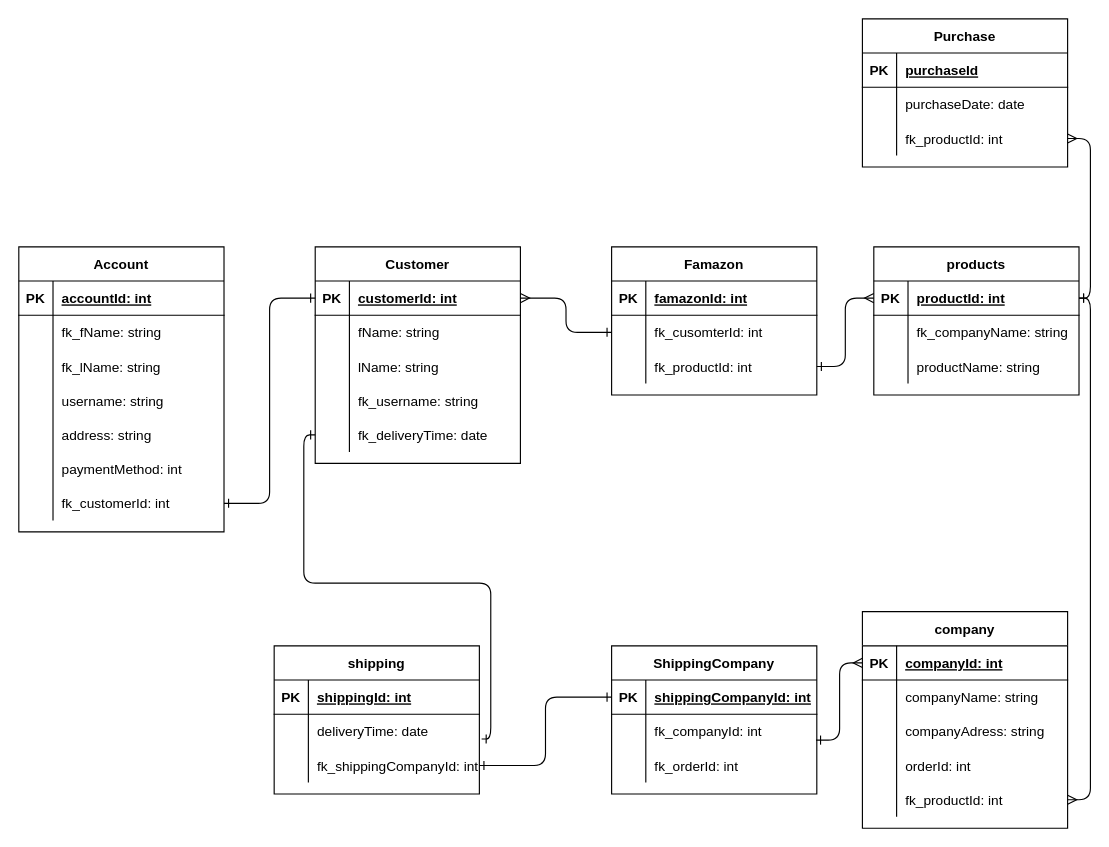
Earlier version of the draw.io diagram page "Cloud diagram" (3 of 4) of Diagram/diagram.drawio (igoorilic/BE15_CR9_IgorIlic). Source tidied: cells renumbered, new cells numbered last; positions are measured from the earlier drawing's top-left corner, leaving out a move shared by most shapes. Both pictures are drawn from the tidied source at 114%, with x=0, y=0 at pixel (18, 18).
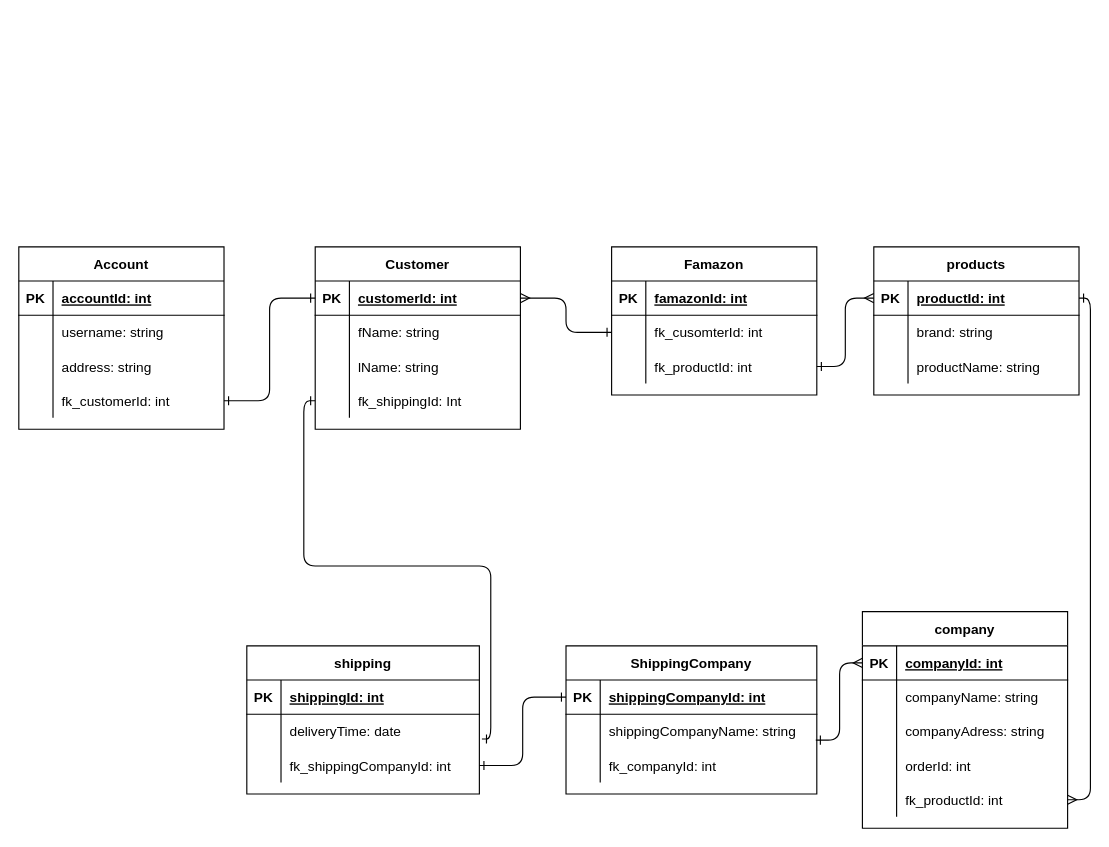
After the change.

The change refers to these unchanged cells:
```xml
<mxCell id="61" style="shape=partialRectangle;fillColor=none;top=0;left=0;bottom=1;right=0;points=[[0,0.5],[1,0.5]];portConstraint=eastwest;" parent="60" vertex="1">
  <mxGeometry y="30" width="180" height="30" as="geometry" />
</mxCell>
<mxCell id="64" style="shape=partialRectangle;fillColor=none;top=0;left=0;bottom=0;right=0;" parent="60" vertex="1">
  <mxGeometry y="60" width="180" height="30" as="geometry" />
</mxCell>
```

Diff of the diagram source:
```diff
@@
     <mxCell id="2" value="Account" style="shape=table;startSize=30;childLayout=tableLayout;rowLines=0;fontStyle=1;align=center;" parent="1" vertex="1">
-      <mxGeometry y="200" width="180" height="250" as="geometry" />
+      <mxGeometry y="200" width="180" height="160" as="geometry" />
     </mxCell>
@@
-    <mxCell id="6" style="shape=partialRectangle;fillColor=none;top=0;left=0;bottom=0;right=0;" parent="2" vertex="1">
-      <mxGeometry y="60" width="180" height="30" as="geometry" />
-    </mxCell>
-    <mxCell id="7" style="shape=partialRectangle;fillColor=none;top=0;left=0;bottom=0;right=0;overflow=hidden;" parent="6" vertex="1">
-      <mxGeometry width="30" height="30" as="geometry" />
-    </mxCell>
-    <mxCell id="8" value="fk_fName: string" style="shape=partialRectangle;fillColor=none;top=0;left=0;bottom=0;right=0;align=left;spacingLeft=6;overflow=hidden;" parent="6" vertex="1">
-      <mxGeometry x="30" width="150" height="30" as="geometry" />
-    </mxCell>
-    <mxCell id="9" style="shape=partialRectangle;fillColor=none;top=0;left=0;bottom=0;right=0;" parent="2" vertex="1">
-      <mxGeometry y="90" width="180" height="30" as="geometry" />
-    </mxCell>
-    <mxCell id="10" style="shape=partialRectangle;fillColor=none;top=0;left=0;bottom=0;right=0;overflow=hidden;" parent="9" vertex="1">
-      <mxGeometry width="30" height="30" as="geometry" />
-    </mxCell>
-    <mxCell id="11" value="fk_lName: string" style="shape=partialRectangle;fillColor=none;top=0;left=0;bottom=0;right=0;align=left;spacingLeft=6;overflow=hidden;" parent="9" vertex="1">
-      <mxGeometry x="30" width="150" height="30" as="geometry" />
-    </mxCell>
     <mxCell id="12" style="shape=partialRectangle;fillColor=none;top=0;left=0;bottom=0;right=0;" parent="2" vertex="1">
-      <mxGeometry y="120" width="180" height="30" as="geometry" />
+      <mxGeometry y="60" width="180" height="30" as="geometry" />
     </mxCell>
@@
     <mxCell id="15" style="shape=partialRectangle;fillColor=none;top=0;left=0;bottom=0;right=0;" parent="2" vertex="1">
-      <mxGeometry y="150" width="180" height="30" as="geometry" />
+      <mxGeometry y="90" width="180" height="30" as="geometry" />
     </mxCell>
@@
-    <mxCell id="18" style="shape=partialRectangle;fillColor=none;top=0;left=0;bottom=0;right=0;" parent="2" vertex="1">
-      <mxGeometry y="180" width="180" height="30" as="geometry" />
-    </mxCell>
-    <mxCell id="19" style="shape=partialRectangle;fillColor=none;top=0;left=0;bottom=0;right=0;overflow=hidden;" parent="18" vertex="1">
-      <mxGeometry width="30" height="30" as="geometry" />
-    </mxCell>
-    <mxCell id="20" value="paymentMethod: int" style="shape=partialRectangle;fillColor=none;top=0;left=0;bottom=0;right=0;align=left;spacingLeft=6;overflow=hidden;" parent="18" vertex="1">
-      <mxGeometry x="30" width="150" height="30" as="geometry" />
-    </mxCell>
     <mxCell id="21" style="shape=partialRectangle;fillColor=none;top=0;left=0;bottom=0;right=0;points=[[0,0.5],[1,0.5]];portConstraint=eastwest;" parent="2" vertex="1">
-      <mxGeometry y="210" width="180" height="30" as="geometry" />
+      <mxGeometry y="120" width="180" height="30" as="geometry" />
     </mxCell>
@@
     <mxCell id="24" value="Customer" style="shape=table;startSize=30;childLayout=tableLayout;rowLines=0;fontStyle=1;align=center;" parent="1" vertex="1">
-      <mxGeometry x="260" y="200" width="180" height="190" as="geometry" />
+      <mxGeometry x="260" y="200" width="180" height="160" as="geometry" />
     </mxCell>
@@
-    <mxCell id="34" style="shape=partialRectangle;fillColor=none;top=0;left=0;bottom=0;right=0;" parent="24" vertex="1">
-      <mxGeometry y="120" width="180" height="30" as="geometry" />
-    </mxCell>
-    <mxCell id="35" style="shape=partialRectangle;fillColor=none;top=0;left=0;bottom=0;right=0;overflow=hidden;" parent="34" vertex="1">
-      <mxGeometry width="30" height="30" as="geometry" />
-    </mxCell>
-    <mxCell id="36" value="fk_username: string" style="shape=partialRectangle;fillColor=none;top=0;left=0;bottom=0;right=0;align=left;spacingLeft=6;overflow=hidden;" parent="34" vertex="1">
-      <mxGeometry x="30" width="150" height="30" as="geometry" />
-    </mxCell>
     <mxCell id="37" style="shape=partialRectangle;fillColor=none;top=0;left=0;bottom=0;right=0;points=[[0,0.5],[1,0.5]];portConstraint=eastwest;" parent="24" vertex="1">
-      <mxGeometry y="150" width="180" height="30" as="geometry" />
+      <mxGeometry y="120" width="180" height="30" as="geometry" />
     </mxCell>
@@
-    <mxCell id="39" value="fk_deliveryTime: date" style="shape=partialRectangle;fillColor=none;top=0;left=0;bottom=0;right=0;align=left;spacingLeft=6;overflow=hidden;" parent="37" vertex="1">
+    <mxCell id="39" value="fk_shippingId: Int" style="shape=partialRectangle;fillColor=none;top=0;left=0;bottom=0;right=0;align=left;spacingLeft=6;overflow=hidden;" parent="37" vertex="1">
       <mxGeometry x="30" width="150" height="30" as="geometry" />
     </mxCell>
@@
-    <mxCell id="50" value="Purchase" style="shape=table;startSize=30;childLayout=tableLayout;rowLines=0;fontStyle=1;align=center;" parent="1" vertex="1">
-      <mxGeometry x="740" width="180" height="130" as="geometry" />
-    </mxCell>
-    <mxCell id="51" style="shape=partialRectangle;fillColor=none;top=0;left=0;bottom=1;right=0;" parent="50" vertex="1">
-      <mxGeometry y="30" width="180" height="30" as="geometry" />
-    </mxCell>
-    <mxCell id="52" value="PK" style="shape=partialRectangle;fillColor=none;top=0;left=0;bottom=0;right=0;fontStyle=1;overflow=hidden;" parent="51" vertex="1">
-      <mxGeometry width="30" height="30" as="geometry" />
-    </mxCell>
-    <mxCell id="53" value="purchaseId" style="shape=partialRectangle;fillColor=none;top=0;left=0;bottom=0;right=0;align=left;spacingLeft=6;fontStyle=5;overflow=hidden;" parent="51" vertex="1">
-      <mxGeometry x="30" width="150" height="30" as="geometry" />
-    </mxCell>
-    <mxCell id="54" style="shape=partialRectangle;fillColor=none;top=0;left=0;bottom=0;right=0;" parent="50" vertex="1">
-      <mxGeometry y="60" width="180" height="30" as="geometry" />
-    </mxCell>
-    <mxCell id="55" style="shape=partialRectangle;fillColor=none;top=0;left=0;bottom=0;right=0;overflow=hidden;" parent="54" vertex="1">
-      <mxGeometry width="30" height="30" as="geometry" />
-    </mxCell>
-    <mxCell id="56" value="purchaseDate: date" style="shape=partialRectangle;fillColor=none;top=0;left=0;bottom=0;right=0;align=left;spacingLeft=6;overflow=hidden;" parent="54" vertex="1">
-      <mxGeometry x="30" width="150" height="30" as="geometry" />
-    </mxCell>
-    <mxCell id="57" style="shape=partialRectangle;fillColor=none;top=0;left=0;bottom=0;right=0;points=[[0,0.5],[1,0.5]];portConstraint=eastwest;" parent="50" vertex="1">
-      <mxGeometry y="90" width="180" height="30" as="geometry" />
-    </mxCell>
-    <mxCell id="58" style="shape=partialRectangle;fillColor=none;top=0;left=0;bottom=0;right=0;overflow=hidden;" parent="57" vertex="1">
-      <mxGeometry width="30" height="30" as="geometry" />
-    </mxCell>
-    <mxCell id="59" value="fk_productId: int" style="shape=partialRectangle;fillColor=none;top=0;left=0;bottom=0;right=0;align=left;spacingLeft=6;overflow=hidden;" parent="57" vertex="1">
-      <mxGeometry x="30" width="150" height="30" as="geometry" />
-    </mxCell>
@@
-    <mxCell id="66" value="fk_companyName: string" style="shape=partialRectangle;fillColor=none;top=0;left=0;bottom=0;right=0;align=left;spacingLeft=6;overflow=hidden;" parent="64" vertex="1">
+    <mxCell id="66" value="brand: string" style="shape=partialRectangle;fillColor=none;top=0;left=0;bottom=0;right=0;align=left;spacingLeft=6;overflow=hidden;" parent="64" vertex="1">
       <mxGeometry x="30" width="150" height="30" as="geometry" />
     </mxCell>
@@
     <mxCell id="86" value="ShippingCompany" style="shape=table;startSize=30;childLayout=tableLayout;rowLines=0;fontStyle=1;align=center;" parent="1" vertex="1">
-      <mxGeometry x="520" y="550" width="180" height="130" as="geometry" />
+      <mxGeometry x="480" y="550" width="220" height="130" as="geometry" />
     </mxCell>
     <mxCell id="87" style="shape=partialRectangle;fillColor=none;top=0;left=0;bottom=1;right=0;points=[[0,0.5],[1,0.5]];portConstraint=eastwest;" parent="86" vertex="1">
-      <mxGeometry y="30" width="180" height="30" as="geometry" />
+      <mxGeometry y="30" width="220" height="30" as="geometry" />
     </mxCell>
@@
     <mxCell id="89" value="shippingCompanyId: int" style="shape=partialRectangle;fillColor=none;top=0;left=0;bottom=0;right=0;align=left;spacingLeft=6;fontStyle=5;overflow=hidden;" parent="87" vertex="1">
-      <mxGeometry x="30" width="150" height="30" as="geometry" />
+      <mxGeometry x="30" width="190" height="30" as="geometry" />
     </mxCell>
     <mxCell id="90" style="shape=partialRectangle;fillColor=none;top=0;left=0;bottom=0;right=0;points=[[0,0.5],[1,0.5]];portConstraint=eastwest;" parent="86" vertex="1">
-      <mxGeometry y="60" width="180" height="30" as="geometry" />
+      <mxGeometry y="60" width="220" height="30" as="geometry" />
     </mxCell>
@@
-    <mxCell id="92" value="fk_companyId: int" style="shape=partialRectangle;fillColor=none;top=0;left=0;bottom=0;right=0;align=left;spacingLeft=6;overflow=hidden;" parent="90" vertex="1">
-      <mxGeometry x="30" width="150" height="30" as="geometry" />
+    <mxCell id="92" value="shippingCompanyName: string" style="shape=partialRectangle;fillColor=none;top=0;left=0;bottom=0;right=0;align=left;spacingLeft=6;overflow=hidden;" parent="90" vertex="1">
+      <mxGeometry x="30" width="190" height="30" as="geometry" />
     </mxCell>
     <mxCell id="93" style="shape=partialRectangle;fillColor=none;top=0;left=0;bottom=0;right=0;" parent="86" vertex="1">
-      <mxGeometry y="90" width="180" height="30" as="geometry" />
+      <mxGeometry y="90" width="220" height="30" as="geometry" />
     </mxCell>
@@
-    <mxCell id="95" value="fk_orderId: int" style="shape=partialRectangle;fillColor=none;top=0;left=0;bottom=0;right=0;align=left;spacingLeft=6;overflow=hidden;" parent="93" vertex="1">
-      <mxGeometry x="30" width="150" height="30" as="geometry" />
+    <mxCell id="95" value="fk_companyId: int" style="shape=partialRectangle;fillColor=none;top=0;left=0;bottom=0;right=0;align=left;spacingLeft=6;overflow=hidden;" parent="93" vertex="1">
+      <mxGeometry x="30" width="190" height="30" as="geometry" />
     </mxCell>
     <mxCell id="96" value="shipping" style="shape=table;startSize=30;childLayout=tableLayout;rowLines=0;fontStyle=1;align=center;" parent="1" vertex="1">
-      <mxGeometry x="224" y="550" width="180" height="130" as="geometry" />
+      <mxGeometry x="200" y="550" width="204" height="130" as="geometry" />
     </mxCell>
     <mxCell id="97" style="shape=partialRectangle;fillColor=none;top=0;left=0;bottom=1;right=0;" parent="96" vertex="1">
-      <mxGeometry y="30" width="180" height="30" as="geometry" />
+      <mxGeometry y="30" width="204" height="30" as="geometry" />
     </mxCell>
@@
     <mxCell id="99" value="shippingId: int" style="shape=partialRectangle;fillColor=none;top=0;left=0;bottom=0;right=0;align=left;spacingLeft=6;fontStyle=5;overflow=hidden;" parent="97" vertex="1">
-      <mxGeometry x="30" width="150" height="30" as="geometry" />
+      <mxGeometry x="30" width="174" height="30" as="geometry" />
     </mxCell>
     <mxCell id="100" style="shape=partialRectangle;fillColor=none;top=0;left=0;bottom=0;right=0;points=[[0,0.5],[1,0.5]];portConstraint=eastwest;" parent="96" vertex="1">
-      <mxGeometry y="60" width="180" height="30" as="geometry" />
+      <mxGeometry y="60" width="204" height="30" as="geometry" />
     </mxCell>
@@
     <mxCell id="102" value="deliveryTime: date" style="shape=partialRectangle;fillColor=none;top=0;left=0;bottom=0;right=0;align=left;spacingLeft=6;overflow=hidden;" parent="100" vertex="1">
-      <mxGeometry x="30" width="150" height="30" as="geometry" />
+      <mxGeometry x="30" width="174" height="30" as="geometry" />
     </mxCell>
     <mxCell id="103" style="shape=partialRectangle;fillColor=none;top=0;left=0;bottom=0;right=0;points=[[0,0.5],[1,0.5]];portConstraint=eastwest;" parent="96" vertex="1">
-      <mxGeometry y="90" width="180" height="30" as="geometry" />
+      <mxGeometry y="90" width="204" height="30" as="geometry" />
     </mxCell>
@@
     <mxCell id="105" value="fk_shippingCompanyId: int" style="shape=partialRectangle;fillColor=none;top=0;left=0;bottom=0;right=0;align=left;spacingLeft=6;overflow=hidden;" parent="103" vertex="1">
-      <mxGeometry x="30" width="150" height="30" as="geometry" />
+      <mxGeometry x="30" width="174" height="30" as="geometry" />
     </mxCell>
@@
-    <mxCell id="108" style="edgeStyle=orthogonalEdgeStyle;html=1;entryX=1;entryY=0.5;entryDx=0;entryDy=0;startArrow=ERmany;startFill=0;endArrow=ERone;endFill=0;" parent="1" edge="1" source="57" target="61">
-      <mxGeometry relative="1" as="geometry" />
-    </mxCell>
```
